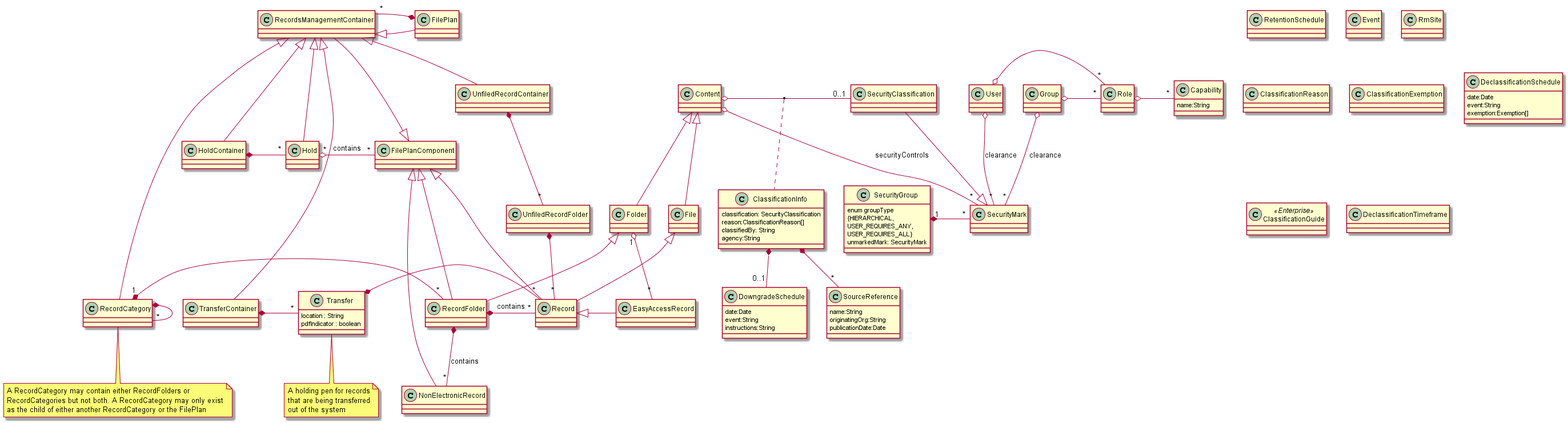
The PlantUML diagram rm-community/documentation/resource/class/governance-services.png in Alfresco/records-management, before a commit. Its source is kept beside it as rm-community/documentation/resource/class/governance-services.puml. Its diagram source:
```plantuml
@startuml

class RecordCategory {
}

class Record {
}

class NonElectronicRecord {
}

class FilePlanComponent {
}

class Transfer {
	location : String
	pdfIndicator : boolean
}

note bottom of Transfer {
	A holding pen for records
	that are being transferred
	out of the system
}

class Hold {
}

class EasyAccessRecord {
}

class RetentionSchedule {
}

class SecurityGroup {
	enum groupType
		{HIERARCHICAL,
		USER_REQUIRES_ANY,
		USER_REQUIRES_ALL}
	unmarkedMark: SecurityMark
}

class SecurityMark {
}

class SecurityClassification {
}

class Event {
}

class Role {
}

class Capability {
	name:String
}

class RmSite {
}

class FilePlan {
}

class UnfiledRecordContainer {
}

class UnfiledRecordFolder {
}

class HoldContainer {
}

class TransferContainer {
}

class RecordsManagementContainer {
}

class RecordFolder {
}

class ClassificationReason {
}

class ClassificationExemption {
}

class Content {
}

class Folder {
}

class File {
}

class User {
}

class Group {
}

class ClassificationInfo {
	classification: SecurityClassification
	reason:ClassificationReason[]
	classifiedBy: String
	agency:String
}

class SourceReference {
	name:String
	originatingOrg:String
	publicationDate:Date
}

class DowngradeSchedule {
	date:Date
	event:String
	instructions:String
}

class DeclassificationSchedule {
	date:Date
	event:String
	exemption:Exemption[]
}

class ClassificationGuide <<Enterprise>> {
}

class DeclassificationTimeframe {
}


ClassificationInfo *-- "*" SourceReference
ClassificationInfo *-- "0..1" DowngradeSchedule

Folder <|-- RecordFolder

FilePlanComponent <|-- RecordsManagementContainer
FilePlanComponent <|-- RecordFolder
FilePlanComponent <|-- NonElectronicRecord
FilePlanComponent <|-- Record
RecordsManagementContainer <|-- Hold
RecordsManagementContainer <|-- UnfiledRecordContainer
RecordsManagementContainer <|-- HoldContainer
RecordsManagementContainer <|-- TransferContainer
RecordsManagementContainer <|-- FilePlan
RecordsManagementContainer <|-- RecordCategory

Hold "*" o- "*" FilePlanComponent : contains

SecurityGroup "1" *- "*" SecurityMark

Content o-- "*" SecurityMark : securityControls
User o-- "*" SecurityMark : clearance
Group o-- "*" SecurityMark : clearance

RecordCategory "1" *- "*" RecordFolder
RecordCategory *- "*" RecordCategory

note bottom of RecordCategory {
	A RecordCategory may contain either RecordFolders or
	RecordCategories but not both. A RecordCategory may only exist
	as the child of either another RecordCategory or the FilePlan
}

FilePlan *- "*" RecordsManagementContainer
HoldContainer *- "*" Hold
UnfiledRecordContainer *-- "*" UnfiledRecordFolder
UnfiledRecordFolder *-- "*" Record
RecordFolder *- "*" Record : contains
RecordFolder *-- "*" NonElectronicRecord : contains

File <|-- Record

TransferContainer *- "*" Transfer
Transfer *- "*" Record

Role o- "*" Capability
User o- "*" Role
Group o- "*" Role

SecurityMark <|-- SecurityClassification
Content o- "0..1" SecurityClassification

Record <|- EasyAccessRecord
Folder "1" o-- "*" EasyAccessRecord

Content <|-- Folder
Content <|-- File

(Content, SecurityClassification) .. ClassificationInfo

@enduml
```
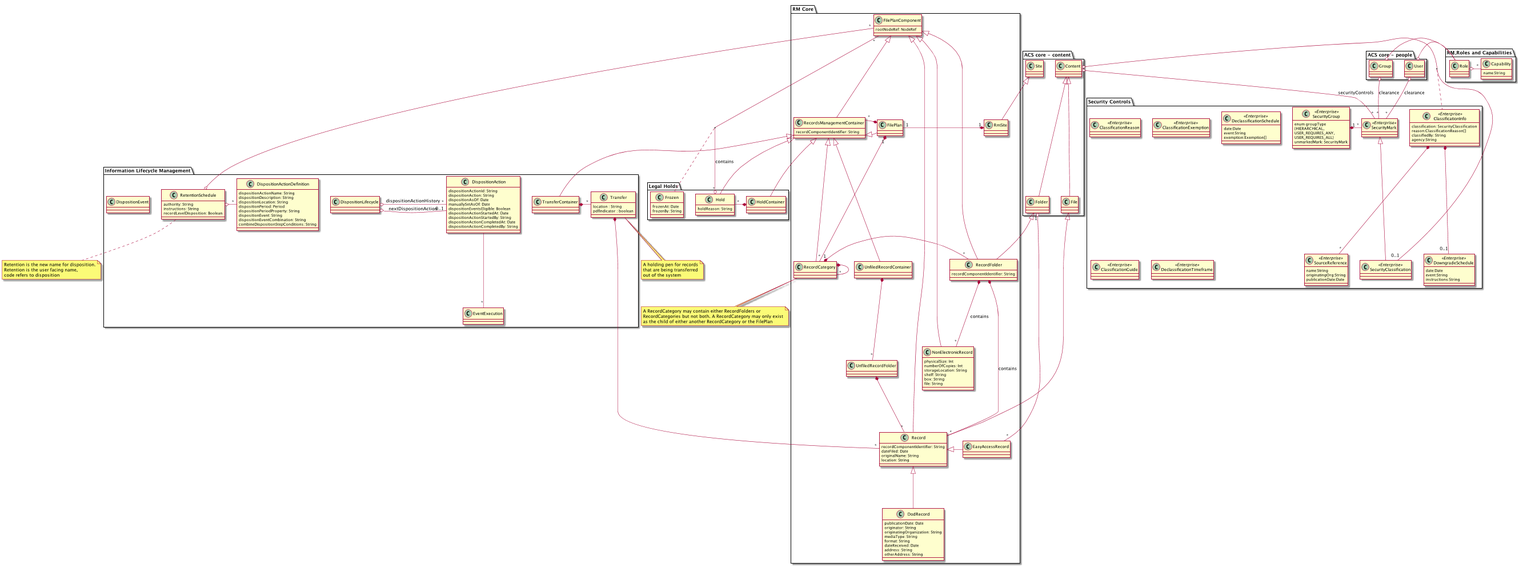
Above is the later version.

Commit message:
Updates to GS entitiy relationships, add packages, flesh out metadeta, esp Disposition

Mirrored from commit 01ae705533eaed833845552fe0e458d78c7a52f2

What changed in the source:
```diff
@@ -1,142 +1,245 @@
 @startuml
 
-class RecordCategory {
+
+package "ACS core - content" {
+
+    class Content {
+    }
+
+    class Folder {
+    }
+
+    class File {
+    }
+
+    class Site {
+    }
+
 }
 
-class Record {
+package "RM Core" {
+
+    class FilePlanComponent {
+        rootNodeRef: NodeRef
+    }
+
+    class RecordsManagementContainer {
+        recordComponentIdentifier: String
+    }
+
+    class RmSite {
+    }
+
+    class FilePlan {
+    }
+
+    class RecordCategory {
+    }
+
+    class RecordFolder {
+        recordComponentIdentifier: String
+    }
+
+    class Record {
+        recordComponentIdentifier: String
+        dateFiled: Date
+        originalName: String
+        location: String
+    }
+
+    class DodRecord {
+        publicationDate: Date
+        originator: String
+        originatingOrganization: String
+        mediaType: String
+        format: String
+        dateReceived: Date
+        address: String
+        otherAddress: String
+    }
+
+    class NonElectronicRecord {
+        physicalSize: Int
+        numberOfCopies: Int
+        storageLocation: String
+        shelf: String
+        box: String
+        file: String
+    }
+
+    class EasyAccessRecord {
+    }
+
+    class UnfiledRecordContainer {
+    }
+
+    class UnfiledRecordFolder {
+    }
+
 }
 
-class NonElectronicRecord {
+package "ACS core - people" {
+
+    class User {
+    }
+
+    class Group {
+    }
 }
 
-class FilePlanComponent {
+package "RM Roles and Capabilities" {
+    class Role {
+    }
+
+    class Capability {
+        name:String
+    }
+
 }
 
-class Transfer {
-	location : String
-	pdfIndicator : boolean
+package "Information Lifecycle Management" {
+
+    class TransferContainer {
+    }
+
+    class Transfer {
+        location : String
+        pdfIndicator : boolean
+    }
+
+    class RetentionSchedule {
+        authority: String
+        instructions: String
+        recordLevelDisposition: Boolean
+    }
+
+    class DispositionActionDefinition {
+        dispositionActionName: String
+        dispositionDescription: String
+        dispositionLocation: String
+        dispositionPeriod: Period
+        dispositionPeriodProperty: String
+        dispositionEvent: String
+        dispositionEventCombination: String
+        combineDispositionStepConditions: String
+    }
+
+    class DispositionEvent {
+    }
+
+    class DispositionLifecycle {
+    }
+
+    class DispositionAction {
+        dispositionActionId: String
+        dispositionAction: String
+        dispositionAsOf: Date
+        manuallySetAsOf: Date
+        dispositionEventsEligible: Boolean
+        dispositionActionStartedAt: Date
+        dispositionActionStartedBy: String
+        dispositionActionCompletedAt: Date
+        dispositionActionCompletedBy: String
+    }
+
+    class EventExecution {
+    }
+
+}
+
+note bottom of RetentionSchedule {
+    Retention is the new name for disposition.
+    Retention is the user facing name,
+    code refers to disposition
 }
 
 note bottom of Transfer {
-	A holding pen for records
-	that are being transferred
-	out of the system
+    A holding pen for records
+    that are being transferred
+    out of the system
 }
 
-class Hold {
+package "Legal Holds" {
+    class HoldContainer {
+    }
+
+    class Hold {
+        holdReason: String
+    }
+
+    class Frozen {
+        frozenAt: Date
+        frozenBy: String
+    }
+
 }
 
-class EasyAccessRecord {
+package "Security Controls" {
+
+    class SecurityGroup <<Enterprise>> {
+        enum groupType
+            {HIERARCHICAL,
+            USER_REQUIRES_ANY,
+            USER_REQUIRES_ALL}
+        unmarkedMark: SecurityMark
+    }
+
+    class SecurityMark <<Enterprise>> {
+    }
+
+    class SecurityClassification <<Enterprise>> {
+    }
+
+    class ClassificationReason <<Enterprise>> {
+    }
+
+    class ClassificationExemption <<Enterprise>> {
+    }
+
+    class ClassificationInfo <<Enterprise>> {
+        classification: SecurityClassification
+        reason:ClassificationReason[]
+        classifiedBy: String
+        agency:String
+    }
+
+    class SourceReference <<Enterprise>> {
+        name:String
+        originatingOrg:String
+        publicationDate:Date
+    }
+
+    class DowngradeSchedule <<Enterprise>> {
+        date:Date
+        event:String
+        instructions:String
+    }
+
+    class DeclassificationSchedule <<Enterprise>> {
+        date:Date
+        event:String
+        exemption:Exemption[]
+    }
+
+    class ClassificationGuide <<Enterprise>> {
+    }
+
+    class DeclassificationTimeframe <<Enterprise>> {
+    }
 }
 
-class RetentionSchedule {
-}
+Content <|-- Folder
+Content <|-- File
 
-class SecurityGroup {
-	enum groupType
-		{HIERARCHICAL,
-		USER_REQUIRES_ANY,
-		USER_REQUIRES_ALL}
-	unmarkedMark: SecurityMark
-}
+File <|-- Record
+Folder <|-- RecordFolder
 
-class SecurityMark {
-}
+Site <|-- RmSite
 
-class SecurityClassification {
-}
+Record <|- EasyAccessRecord
+Folder "1" o-- "*" EasyAccessRecord
 
-class Event {
-}
-
-class Role {
-}
-
-class Capability {
-	name:String
-}
-
-class RmSite {
-}
-
-class FilePlan {
-}
-
-class UnfiledRecordContainer {
-}
-
-class UnfiledRecordFolder {
-}
-
-class HoldContainer {
-}
-
-class TransferContainer {
-}
-
-class RecordsManagementContainer {
-}
-
-class RecordFolder {
-}
-
-class ClassificationReason {
-}
-
-class ClassificationExemption {
-}
-
-class Content {
-}
-
-class Folder {
-}
-
-class File {
-}
-
-class User {
-}
-
-class Group {
-}
-
-class ClassificationInfo {
-	classification: SecurityClassification
-	reason:ClassificationReason[]
-	classifiedBy: String
-	agency:String
-}
-
-class SourceReference {
-	name:String
-	originatingOrg:String
-	publicationDate:Date
-}
-
-class DowngradeSchedule {
-	date:Date
-	event:String
-	instructions:String
-}
-
-class DeclassificationSchedule {
-	date:Date
-	event:String
-	exemption:Exemption[]
-}
-
-class ClassificationGuide <<Enterprise>> {
-}
-
-class DeclassificationTimeframe {
-}
-
-
-ClassificationInfo *-- "*" SourceReference
-ClassificationInfo *-- "0..1" DowngradeSchedule
-
-Folder <|-- RecordFolder
+Record <|-- DodRecord
 
 FilePlanComponent <|-- RecordsManagementContainer
 FilePlanComponent <|-- RecordFolder
@@ -149,14 +252,6 @@
 RecordsManagementContainer <|-- FilePlan
 RecordsManagementContainer <|-- RecordCategory
 
-Hold "*" o- "*" FilePlanComponent : contains
-
-SecurityGroup "1" *- "*" SecurityMark
-
-Content o-- "*" SecurityMark : securityControls
-User o-- "*" SecurityMark : clearance
-Group o-- "*" SecurityMark : clearance
-
 RecordCategory "1" *- "*" RecordFolder
 RecordCategory *- "*" RecordCategory
 
@@ -166,31 +261,47 @@
 	as the child of either another RecordCategory or the FilePlan
 }
 
-FilePlan *- "*" RecordsManagementContainer
-HoldContainer *- "*" Hold
-UnfiledRecordContainer *-- "*" UnfiledRecordFolder
-UnfiledRecordFolder *-- "*" Record
 RecordFolder *- "*" Record : contains
 RecordFolder *-- "*" NonElectronicRecord : contains
 
-File <|-- Record
+UnfiledRecordContainer *-- "*" UnfiledRecordFolder
+UnfiledRecordFolder *-- "*" Record
+
+FilePlan *- "*" RecordsManagementContainer
+FilePlan "1" *- "*" RecordCategory
+
+RmSite "1" *- "1" FilePlan
+
+Hold "*" o- "*" FilePlanComponent : contains
+HoldContainer *- "*" Hold
+(FilePlanComponent, Hold) .. Frozen
 
 TransferContainer *- "*" Transfer
 Transfer *- "*" Record
+
+DispositionLifecycle o- "0..1" DispositionAction: nextDispositionAction
+DispositionLifecycle o- "*" DispositionAction: dispositionActionHistory
+
+RetentionSchedule o- "*" DispositionActionDefinition
+RetentionSchedule o- "*" FilePlanComponent
+
+DispositionAction O-- "*" EventExecution
 
 Role o- "*" Capability
 User o- "*" Role
 Group o- "*" Role
 
+Content o-- "*" SecurityMark : securityControls
+User o-- "*" SecurityMark : clearance
+Group o-- "*" SecurityMark : clearance
+
+SecurityGroup "1" *- "*" SecurityMark
 SecurityMark <|-- SecurityClassification
 Content o- "0..1" SecurityClassification
 
-Record <|- EasyAccessRecord
-Folder "1" o-- "*" EasyAccessRecord
-
-Content <|-- Folder
-Content <|-- File
-
 (Content, SecurityClassification) .. ClassificationInfo
 
+ClassificationInfo *-- "*" SourceReference
+ClassificationInfo *-- "0..1" DowngradeSchedule
+
 @enduml
```
